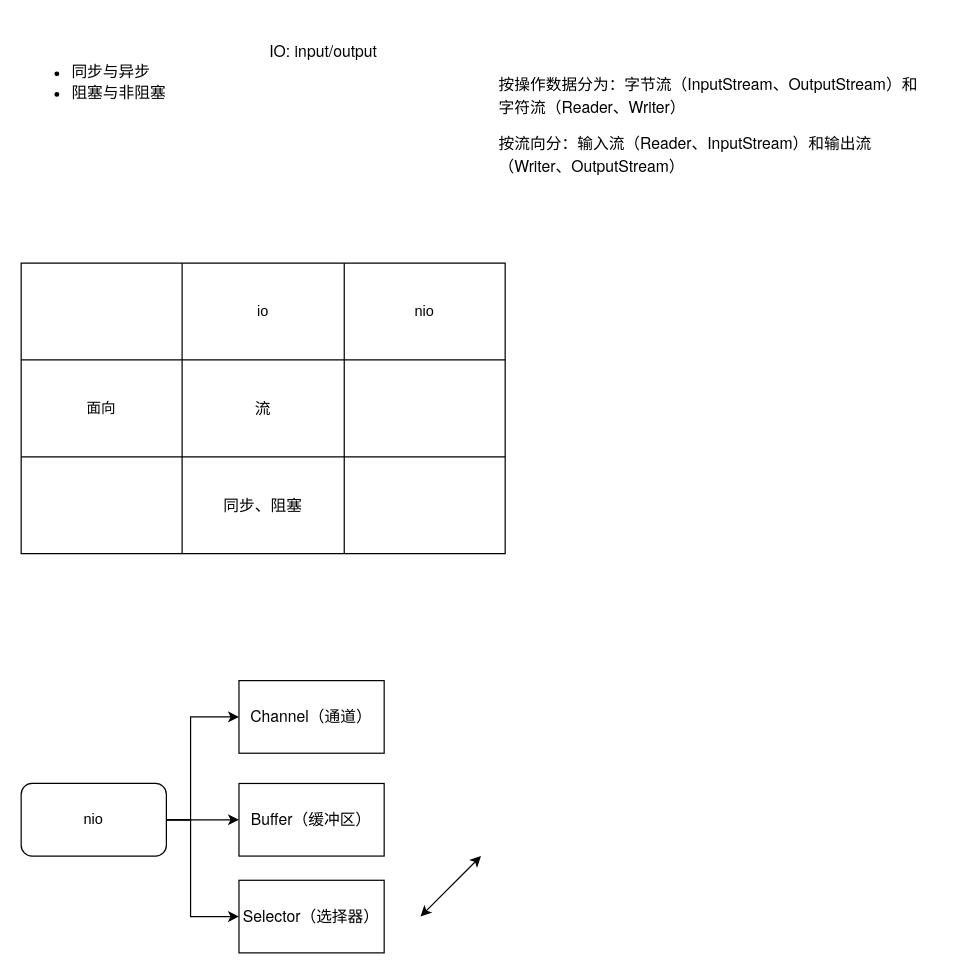
The draw.io diagram java-io-nio.drawio in valuetodays/drawio-files, before the edit. Source tidied: cells renumbered, new cells numbered last; positions are measured from the earlier drawing's top-left corner, leaving out a move shared by most shapes. Both pictures are drawn from the tidied source at 121%, with x=0, y=0 at pixel (21, 21).
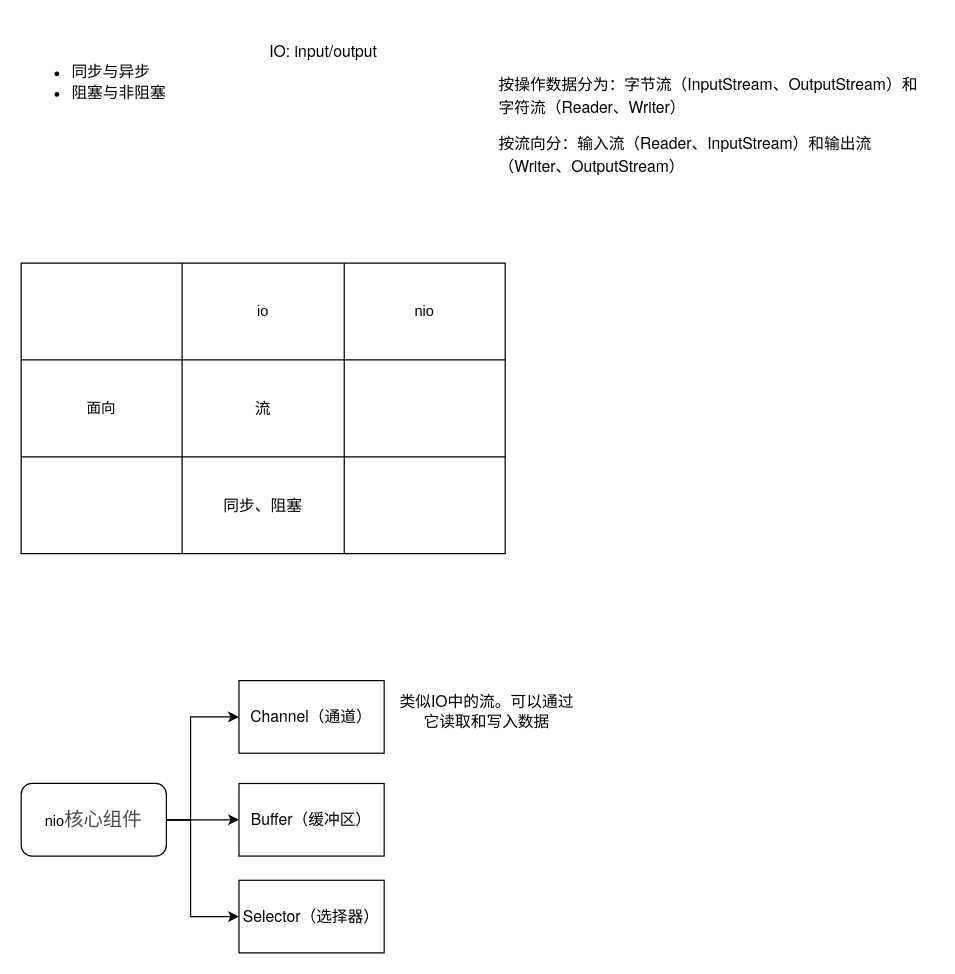
Above is the later version.

Change to the diagram source:
```diff
@@
-    <mxCell id="21" value="nio" style="rounded=1;whiteSpace=wrap;html=1;" parent="1" vertex="1">
+    <mxCell id="21" value="nio&lt;span style=&quot;color: rgb(77, 77, 77); font-family: -apple-system, &amp;quot;SF UI Text&amp;quot;, Arial, &amp;quot;PingFang SC&amp;quot;, &amp;quot;Hiragino Sans GB&amp;quot;, &amp;quot;Microsoft YaHei&amp;quot;, &amp;quot;WenQuanYi Micro Hei&amp;quot;, sans-serif; font-size: 16px; font-variant-ligatures: no-common-ligatures; text-align: start; background-color: rgb(255, 255, 255);&quot;&gt;核心组件&lt;/span&gt;" style="rounded=1;whiteSpace=wrap;html=1;" parent="1" vertex="1">
       <mxGeometry y="630" width="120" height="60" as="geometry" />
     </mxCell>
@@
-    <mxCell id="25" style="endArrow=classic;startArrow=classic;html=1;rounded=0;" parent="1" edge="1">
-      <mxGeometry relative="1" as="geometry">
-        <mxPoint x="330" y="740" as="sourcePoint" />
-        <mxPoint x="380" y="690" as="targetPoint" />
-      </mxGeometry>
-    </mxCell>
+    <mxCell id="26" value="&lt;span style=&quot;font-family: &amp;quot;PingFang SC&amp;quot;, &amp;quot;Microsoft YaHei&amp;quot;, &amp;quot;Helvetica Neue&amp;quot;, Helvetica, Arial, sans-serif; font-size: 13px; text-align: left; background-color: rgb(255, 255, 255);&quot;&gt;类似IO中的流。&lt;/span&gt;&lt;span style=&quot;font-family: &amp;quot;PingFang SC&amp;quot;, &amp;quot;Microsoft YaHei&amp;quot;, &amp;quot;Helvetica Neue&amp;quot;, Helvetica, Arial, sans-serif; font-size: 13px; text-align: left; background-color: rgb(255, 255, 255);&quot;&gt;可以通过它读取和写入数据&lt;/span&gt;" style="text;html=1;strokeColor=none;fillColor=none;align=center;verticalAlign=middle;whiteSpace=wrap;rounded=0;" parent="1" vertex="1">
+      <mxGeometry x="310" y="550" width="150" height="40" as="geometry" />
+    </mxCell>
```
